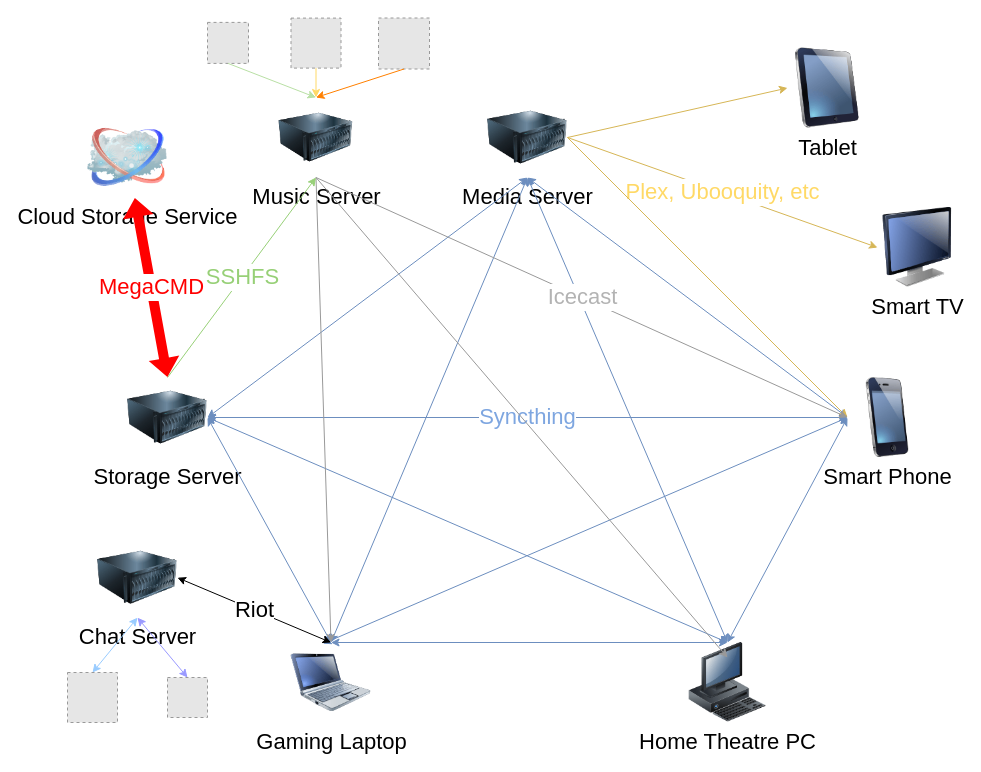
Earlier version of the draw.io diagram Logical Layout Proposed.drawio (syedrali/architecture). Source tidied: cells renumbered, new cells numbered last; positions are measured from the earlier drawing's top-left corner, leaving out a move shared by most shapes. Both pictures are drawn from the tidied source at 100%, with x=0, y=0 at pixel (67, 17). Pictures stored in the file or linked from it are replaced by grey dashed boxes.
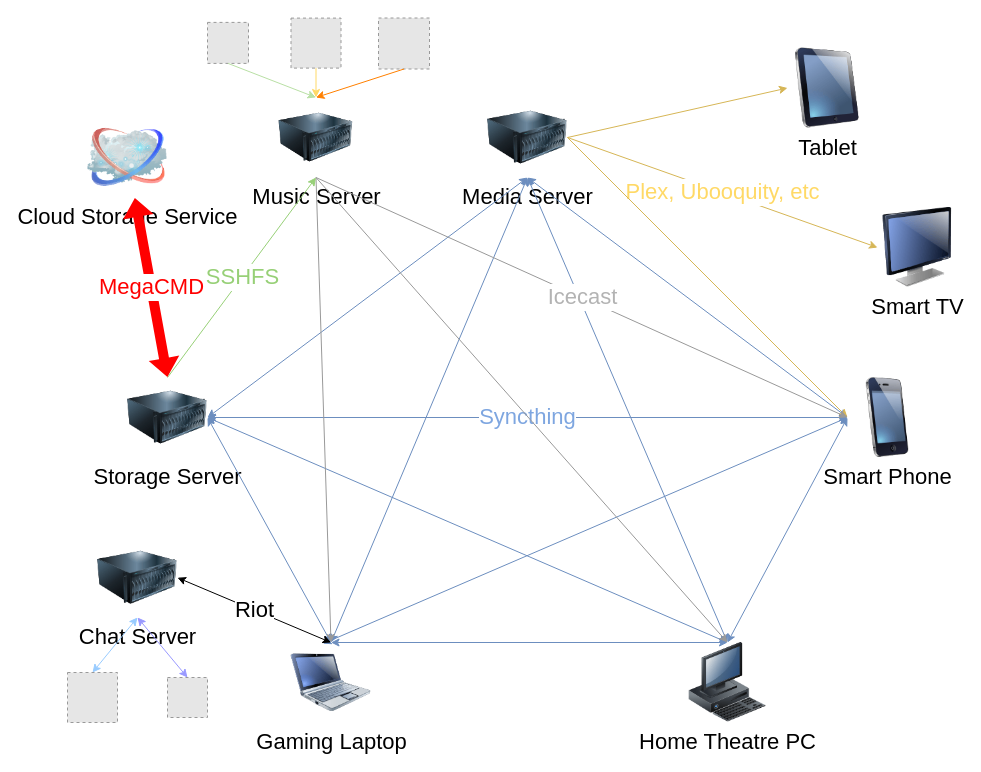
The same diagram, later.

Commit message (it also covers changes not shown here):
Adjusted diagram.

Unchanged cells that the change refers to:
```xml
<mxCell id="4" value="Home Theatre PC" style="image;html=1;labelBackgroundColor=#ffffff;image=img/lib/clip_art/computers/Workstation_128x128.png;rounded=1;shadow=0;comic=0;strokeColor=#000000;strokeWidth=2;fillColor=#FFFFFF;fontSize=22;fontColor=#000000;" parent="1" vertex="1">
  <mxGeometry x="620" y="625" width="80" height="80" as="geometry" />
</mxCell>
<mxCell id="24" value="Music Server" style="image;html=1;labelBackgroundColor=#ffffff;image=img/lib/clip_art/computers/Server_128x128.png;fontSize=22;" parent="1" vertex="1">
  <mxGeometry x="211.5" y="80" width="74" height="80" as="geometry" />
</mxCell>
<mxCell id="36" value="Chat Server" style="image;html=1;labelBackgroundColor=#ffffff;image=img/lib/clip_art/computers/Server_128x128.png;fontSize=22;" parent="1" vertex="1">
  <mxGeometry x="30" y="520.2" width="80" height="80" as="geometry" />
</mxCell>
<mxCell id="37" style="fillColor=#E6E6E6;strokeColor=#999999;dashed=1;html=1;verticalAlign=top;verticalLabelPosition=bottom;labelBackgroundColor=#ffffff;" parent="1" vertex="1">
  <mxGeometry y="655" width="50" height="50" as="geometry" />
</mxCell>
<mxCell id="38" style="fillColor=#E6E6E6;strokeColor=#999999;dashed=1;html=1;verticalAlign=top;verticalLabelPosition=bottom;labelBackgroundColor=#ffffff;" parent="1" vertex="1">
  <mxGeometry x="100" y="660" width="40" height="40" as="geometry" />
</mxCell>
```

Change to the diagram source:
```diff
@@
-    <mxCell id="26" style="endArrow=classic;html=1;exitX=0.5;exitY=1;exitDx=0;exitDy=0;strokeColor=#999999;" parent="1" edge="1" source="24">
-      <mxGeometry relative="1" as="geometry">
-        <mxPoint x="660" y="640" as="targetPoint" />
-      </mxGeometry>
+    <mxCell id="26" style="endArrow=classic;html=1;exitX=0.5;exitY=1;exitDx=0;exitDy=0;strokeColor=#999999;entryX=0.5;entryY=0;entryDx=0;entryDy=0;" parent="1" edge="1" source="24" target="4">
+      <mxGeometry relative="1" as="geometry" />
     </mxCell>
@@
-    <mxCell id="40" style="endArrow=classic;startArrow=classic;html=1;strokeColor=#9999FF;entryX=0.5;entryY=0;entryDx=0;entryDy=0;fillColor=#e1d5e7;exitX=0.5;exitY=1;exitDx=0;exitDy=0;" parent="1" edge="1" source="36" target="38">
-      <mxGeometry relative="1" as="geometry" />
+    <mxCell id="40" style="endArrow=classic;startArrow=classic;html=1;strokeColor=#9999FF;entryX=0.5;entryY=0;entryDx=0;entryDy=0;fillColor=#e1d5e7;" parent="1" edge="1" target="38">
+      <mxGeometry relative="1" as="geometry">
+        <mxPoint x="70" y="600" as="sourcePoint" />
+      </mxGeometry>
     </mxCell>
-    <mxCell id="41" style="endArrow=classic;startArrow=classic;html=1;strokeColor=#99CCFF;entryX=0.5;entryY=0;entryDx=0;entryDy=0;fillColor=#d5e8d4;exitX=0.5;exitY=1;exitDx=0;exitDy=0;" parent="1" edge="1" source="36" target="37">
-      <mxGeometry relative="1" as="geometry" />
+    <mxCell id="41" style="endArrow=classic;startArrow=classic;html=1;strokeColor=#99CCFF;entryX=0.5;entryY=0;entryDx=0;entryDy=0;fillColor=#d5e8d4;" parent="1" edge="1" target="37">
+      <mxGeometry relative="1" as="geometry">
+        <mxPoint x="70" y="600" as="sourcePoint" />
+      </mxGeometry>
     </mxCell>
```
